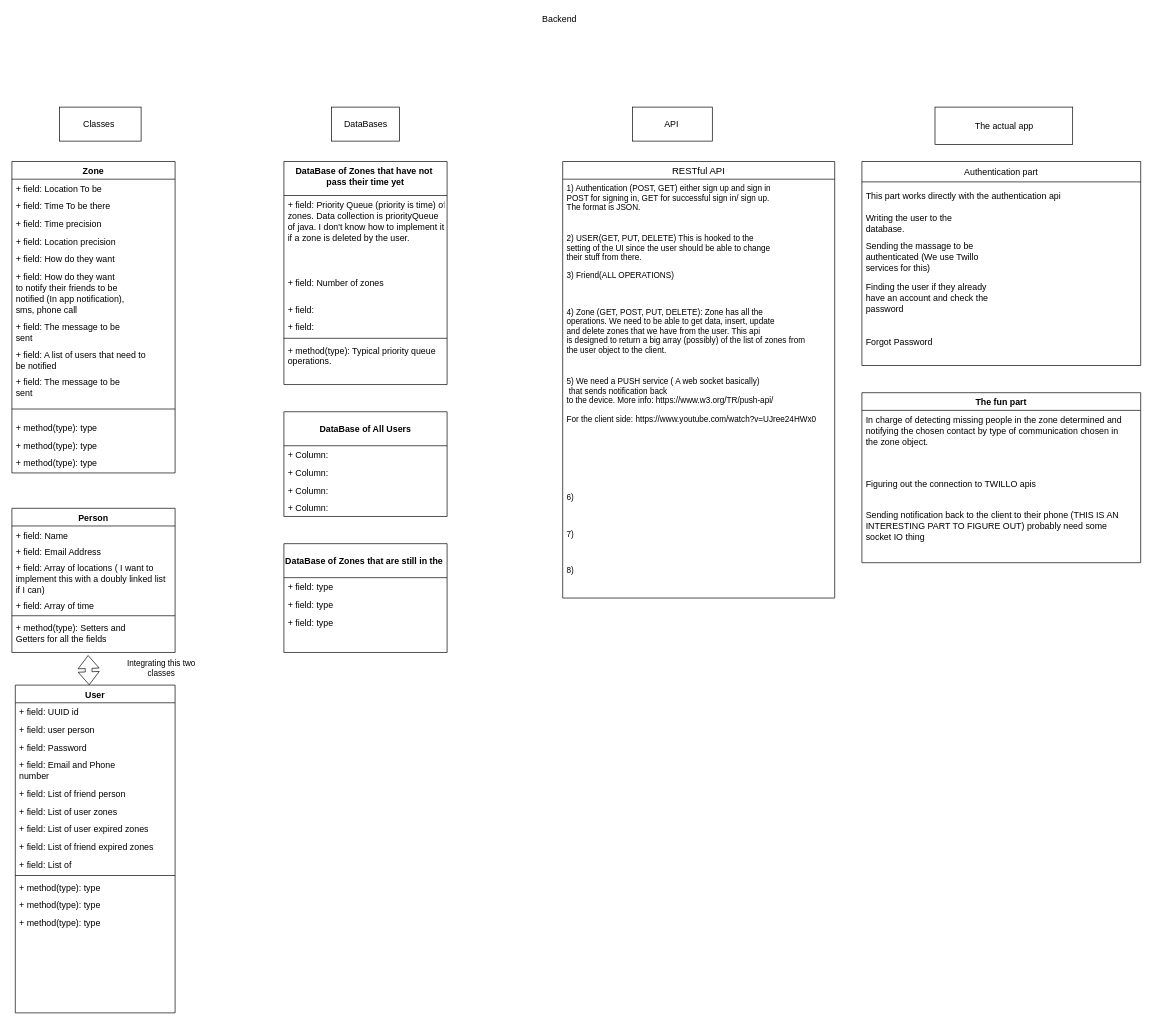
This is page "Page-1" (1 of 2) of Untitled Diagram.drawio from mosaghafian/SUREDiagrams, a draw.io file, before an edit. Source tidied: cells renumbered, new cells numbered last; positions are measured from the earlier drawing's top-left corner, leaving out a move shared by most shapes. Both pictures are drawn from the tidied source at 68%, with x=0, y=0 at pixel (12, 12).
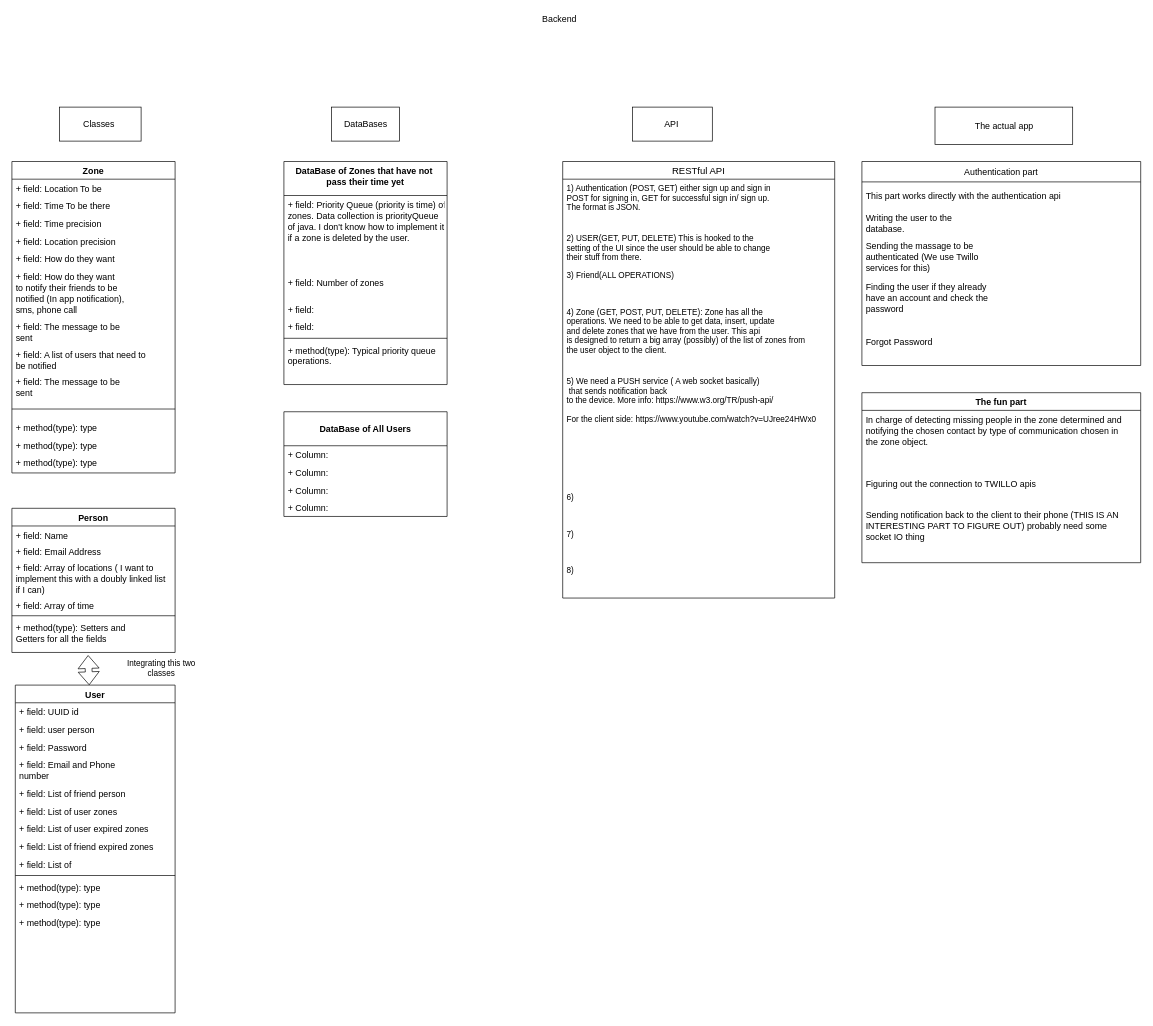
After the change.

Diff of the diagram source:
```diff
@@
-    <mxCell id="72" value="DataBase of Zones that are still in the " style="swimlane;fontStyle=1;horizontal=1;startSize=50;fillColor=none;fontSize=13;" parent="1" vertex="1">
-      <mxGeometry x="400" y="782" width="240" height="160" as="geometry" />
-    </mxCell>
-    <mxCell id="73" value="+ field: type" style="text;strokeColor=none;fillColor=none;align=left;verticalAlign=top;spacingLeft=4;spacingRight=4;overflow=hidden;fontSize=13;" parent="72" vertex="1">
-      <mxGeometry y="50" width="240" height="26" as="geometry" />
-    </mxCell>
-    <mxCell id="74" value="+ field: type" style="text;strokeColor=none;fillColor=none;align=left;verticalAlign=top;spacingLeft=4;spacingRight=4;overflow=hidden;fontSize=13;" parent="72" vertex="1">
-      <mxGeometry y="76" width="240" height="26" as="geometry" />
-    </mxCell>
-    <mxCell id="75" value="+ field: type" style="text;strokeColor=none;fillColor=none;align=left;verticalAlign=top;spacingLeft=4;spacingRight=4;overflow=hidden;fontSize=13;" parent="72" vertex="1">
-      <mxGeometry y="102" width="240" height="58" as="geometry" />
-    </mxCell>
```
